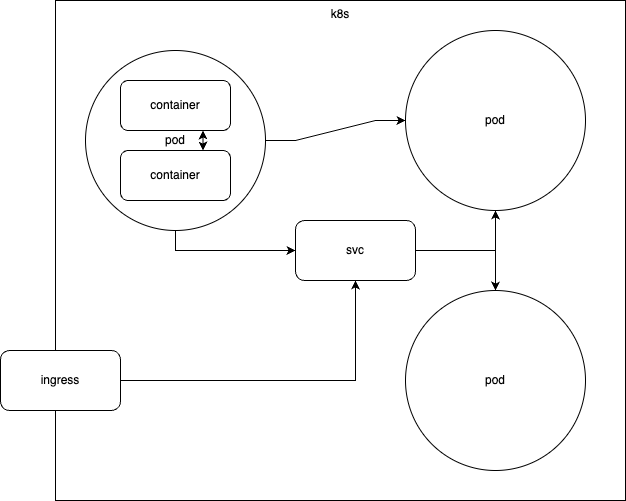
amazingandyyy/computer-networking-book keeps this draw.io diagram as .gitbook/assets/k8s-networking.drawio.png. Above is the earlier version. Source tidied: cells renumbered, new cells last; positions are measured from the earlier drawing's top-left corner, leaving out a move shared by most shapes. Source of this version:
```xml
<mxGraphModel>
  <root>
    <mxCell id="0" />
    <mxCell id="1" parent="0" />
    <mxCell id="2" style="group;" parent="1" vertex="1">
      <mxGeometry width="625" height="500" as="geometry" />
    </mxCell>
    <mxCell id="3" value="k8s" style="rounded=0;whiteSpace=wrap;html=1;horizontal=1;verticalAlign=top;" parent="2" vertex="1">
      <mxGeometry x="55" width="570" height="500" as="geometry" />
    </mxCell>
    <mxCell id="4" value="pod" style="ellipse;whiteSpace=wrap;html=1;" parent="2" vertex="1">
      <mxGeometry x="85" y="50" width="180" height="180" as="geometry" />
    </mxCell>
    <mxCell id="5" value="pod" style="ellipse;whiteSpace=wrap;html=1;" parent="2" vertex="1">
      <mxGeometry x="405" y="30" width="180" height="180" as="geometry" />
    </mxCell>
    <mxCell id="6" style="edgeStyle=entityRelationEdgeStyle;rounded=0;jettySize=auto;html=1;exitX=1;exitY=0.5;exitDx=0;exitDy=0;" parent="2" edge="1" source="4" target="5">
      <mxGeometry relative="1" as="geometry" />
    </mxCell>
    <mxCell id="7" value="container" style="rounded=1;whiteSpace=wrap;html=1;" parent="2" vertex="1">
      <mxGeometry x="120" y="80" width="110" height="50" as="geometry" />
    </mxCell>
    <mxCell id="8" value="container" style="rounded=1;whiteSpace=wrap;html=1;" parent="2" vertex="1">
      <mxGeometry x="120" y="150" width="110" height="50" as="geometry" />
    </mxCell>
    <mxCell id="9" style="edgeStyle=orthogonalEdgeStyle;rounded=0;jettySize=auto;html=1;exitX=0.75;exitY=1;exitDx=0;exitDy=0;entryX=0.75;entryY=0;entryDx=0;entryDy=0;startArrow=classic;startFill=1;" parent="2" edge="1" source="7" target="8">
      <mxGeometry relative="1" as="geometry" />
    </mxCell>
    <mxCell id="10" style="edgeStyle=orthogonalEdgeStyle;rounded=0;jettySize=auto;html=1;exitX=1;exitY=0.5;exitDx=0;exitDy=0;" parent="2" edge="1" source="11" target="5">
      <mxGeometry relative="1" as="geometry" />
    </mxCell>
    <mxCell id="11" value="svc" style="rounded=1;whiteSpace=wrap;html=1;" parent="2" vertex="1">
      <mxGeometry x="295" y="220" width="120" height="60" as="geometry" />
    </mxCell>
    <mxCell id="12" style="edgeStyle=orthogonalEdgeStyle;rounded=0;jettySize=auto;html=1;exitX=0.5;exitY=1;exitDx=0;exitDy=0;" parent="2" edge="1" source="4" target="11">
      <mxGeometry relative="1" as="geometry" />
    </mxCell>
    <mxCell id="13" value="pod" style="ellipse;whiteSpace=wrap;html=1;" parent="2" vertex="1">
      <mxGeometry x="405" y="290" width="180" height="180" as="geometry" />
    </mxCell>
    <mxCell id="14" style="edgeStyle=orthogonalEdgeStyle;rounded=0;jettySize=auto;html=1;exitX=1;exitY=0.5;exitDx=0;exitDy=0;" parent="2" edge="1" source="11" target="13">
      <mxGeometry relative="1" as="geometry" />
    </mxCell>
    <mxCell id="15" style="edgeStyle=orthogonalEdgeStyle;rounded=0;jettySize=auto;html=1;exitX=1;exitY=0.5;exitDx=0;exitDy=0;" parent="2" edge="1" source="16" target="11">
      <mxGeometry relative="1" as="geometry" />
    </mxCell>
    <mxCell id="16" value="ingress" style="rounded=1;whiteSpace=wrap;html=1;" parent="2" vertex="1">
      <mxGeometry y="350" width="120" height="60" as="geometry" />
    </mxCell>
  </root>
</mxGraphModel>
```
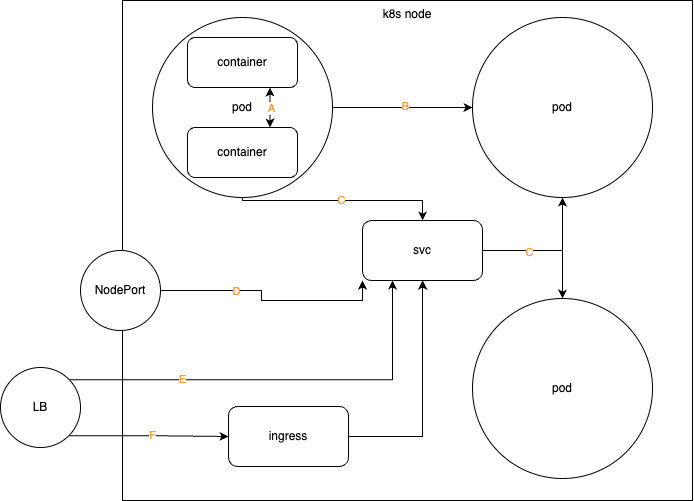
Above is the later version.

What changed in the source:
```diff
@@ -3,49 +3,89 @@
     <mxCell id="0" />
     <mxCell id="1" parent="0" />
     <mxCell id="2" style="group;" parent="1" vertex="1">
-      <mxGeometry width="625" height="500" as="geometry" />
+      <mxGeometry width="692" height="500" as="geometry" />
     </mxCell>
-    <mxCell id="3" value="k8s" style="rounded=0;whiteSpace=wrap;html=1;horizontal=1;verticalAlign=top;" parent="2" vertex="1">
-      <mxGeometry x="55" width="570" height="500" as="geometry" />
+    <mxCell id="3" value="k8s node" style="rounded=0;whiteSpace=wrap;html=1;horizontal=1;verticalAlign=top;" parent="2" vertex="1">
+      <mxGeometry x="122" width="570" height="500" as="geometry" />
     </mxCell>
     <mxCell id="4" value="pod" style="ellipse;whiteSpace=wrap;html=1;" parent="2" vertex="1">
-      <mxGeometry x="85" y="50" width="180" height="180" as="geometry" />
+      <mxGeometry x="152" y="17" width="180" height="180" as="geometry" />
     </mxCell>
     <mxCell id="5" value="pod" style="ellipse;whiteSpace=wrap;html=1;" parent="2" vertex="1">
-      <mxGeometry x="405" y="30" width="180" height="180" as="geometry" />
+      <mxGeometry x="472" y="17" width="180" height="180" as="geometry" />
     </mxCell>
     <mxCell id="6" style="edgeStyle=entityRelationEdgeStyle;rounded=0;jettySize=auto;html=1;exitX=1;exitY=0.5;exitDx=0;exitDy=0;" parent="2" edge="1" source="4" target="5">
       <mxGeometry relative="1" as="geometry" />
     </mxCell>
-    <mxCell id="7" value="container" style="rounded=1;whiteSpace=wrap;html=1;" parent="2" vertex="1">
-      <mxGeometry x="120" y="80" width="110" height="50" as="geometry" />
+    <mxCell id="7" value="&lt;font color=&quot;#ff9933&quot;&gt;B&lt;/font&gt;" style="edgeLabel;html=1;align=center;verticalAlign=middle;points=[];fontColor=#e67920;" parent="6" vertex="1">
+      <mxGeometry x="0.04" y="1" relative="1" as="geometry">
+        <mxPoint y="-1" as="offset" />
+      </mxGeometry>
     </mxCell>
     <mxCell id="8" value="container" style="rounded=1;whiteSpace=wrap;html=1;" parent="2" vertex="1">
-      <mxGeometry x="120" y="150" width="110" height="50" as="geometry" />
+      <mxGeometry x="187" y="37" width="110" height="50" as="geometry" />
     </mxCell>
-    <mxCell id="9" style="edgeStyle=orthogonalEdgeStyle;rounded=0;jettySize=auto;html=1;exitX=0.75;exitY=1;exitDx=0;exitDy=0;entryX=0.75;entryY=0;entryDx=0;entryDy=0;startArrow=classic;startFill=1;" parent="2" edge="1" source="7" target="8">
-      <mxGeometry relative="1" as="geometry" />
+    <mxCell id="9" value="container" style="rounded=1;whiteSpace=wrap;html=1;" parent="2" vertex="1">
+      <mxGeometry x="187" y="127" width="110" height="50" as="geometry" />
     </mxCell>
-    <mxCell id="10" style="edgeStyle=orthogonalEdgeStyle;rounded=0;jettySize=auto;html=1;exitX=1;exitY=0.5;exitDx=0;exitDy=0;" parent="2" edge="1" source="11" target="5">
+    <mxCell id="10" style="edgeStyle=orthogonalEdgeStyle;rounded=0;jettySize=auto;html=1;exitX=0.75;exitY=1;exitDx=0;exitDy=0;entryX=0.75;entryY=0;entryDx=0;entryDy=0;startArrow=classic;startFill=1;" parent="2" edge="1" source="8" target="9">
       <mxGeometry relative="1" as="geometry" />
     </mxCell>
-    <mxCell id="11" value="svc" style="rounded=1;whiteSpace=wrap;html=1;" parent="2" vertex="1">
-      <mxGeometry x="295" y="220" width="120" height="60" as="geometry" />
+    <mxCell id="11" value="&lt;font color=&quot;#ff9933&quot;&gt;A&lt;/font&gt;" style="edgeLabel;html=1;align=center;verticalAlign=middle;points=[];labelBorderColor=none;fontColor=#e5781f;" parent="10" vertex="1">
+      <mxGeometry x="-0.02" y="1" relative="1" as="geometry" />
     </mxCell>
-    <mxCell id="12" style="edgeStyle=orthogonalEdgeStyle;rounded=0;jettySize=auto;html=1;exitX=0.5;exitY=1;exitDx=0;exitDy=0;" parent="2" edge="1" source="4" target="11">
+    <mxCell id="12" style="edgeStyle=orthogonalEdgeStyle;rounded=0;jettySize=auto;html=1;exitX=1;exitY=0.5;exitDx=0;exitDy=0;" parent="2" edge="1" source="13" target="5">
       <mxGeometry relative="1" as="geometry" />
     </mxCell>
-    <mxCell id="13" value="pod" style="ellipse;whiteSpace=wrap;html=1;" parent="2" vertex="1">
-      <mxGeometry x="405" y="290" width="180" height="180" as="geometry" />
+    <mxCell id="13" value="svc" style="rounded=1;whiteSpace=wrap;html=1;" parent="2" vertex="1">
+      <mxGeometry x="362" y="220" width="120" height="60" as="geometry" />
     </mxCell>
-    <mxCell id="14" style="edgeStyle=orthogonalEdgeStyle;rounded=0;jettySize=auto;html=1;exitX=1;exitY=0.5;exitDx=0;exitDy=0;" parent="2" edge="1" source="11" target="13">
-      <mxGeometry relative="1" as="geometry" />
+    <mxCell id="14" value="&lt;font color=&quot;#ff9933&quot;&gt;C&lt;/font&gt;" style="edgeStyle=orthogonalEdgeStyle;rounded=0;jettySize=auto;html=1;exitX=0.5;exitY=1;exitDx=0;exitDy=0;" parent="2" edge="1" source="4" target="13">
+      <mxGeometry relative="1" as="geometry">
+        <Array as="points">
+          <mxPoint x="242" y="200" />
+          <mxPoint x="422" y="200" />
+        </Array>
+      </mxGeometry>
     </mxCell>
-    <mxCell id="15" style="edgeStyle=orthogonalEdgeStyle;rounded=0;jettySize=auto;html=1;exitX=1;exitY=0.5;exitDx=0;exitDy=0;" parent="2" edge="1" source="16" target="11">
-      <mxGeometry relative="1" as="geometry" />
+    <mxCell id="15" value="pod" style="ellipse;whiteSpace=wrap;html=1;" parent="2" vertex="1">
+      <mxGeometry x="472" y="298" width="180" height="180" as="geometry" />
     </mxCell>
-    <mxCell id="16" value="ingress" style="rounded=1;whiteSpace=wrap;html=1;" parent="2" vertex="1">
-      <mxGeometry y="350" width="120" height="60" as="geometry" />
+    <mxCell id="16" style="edgeStyle=orthogonalEdgeStyle;rounded=0;jettySize=auto;html=1;exitX=1;exitY=0.5;exitDx=0;exitDy=0;" parent="2" edge="1" source="13" target="15">
+      <mxGeometry relative="1" as="geometry" />
     </mxCell>
+    <mxCell id="17" value="&lt;font color=&quot;#ff9933&quot;&gt;C&lt;/font&gt;" style="edgeLabel;html=1;align=center;verticalAlign=middle;" parent="16" vertex="1">
+      <mxGeometry x="-0.29" y="-1" relative="1" as="geometry" />
+    </mxCell>
+    <mxCell id="18" style="edgeStyle=orthogonalEdgeStyle;rounded=0;jettySize=auto;html=1;exitX=1;exitY=0.5;exitDx=0;exitDy=0;" parent="2" edge="1" source="19" target="13">
+      <mxGeometry relative="1" as="geometry" />
+    </mxCell>
+    <mxCell id="19" value="ingress" style="rounded=1;whiteSpace=wrap;html=1;" parent="2" vertex="1">
+      <mxGeometry x="228" y="406" width="120" height="60" as="geometry" />
+    </mxCell>
+    <mxCell id="20" style="edgeStyle=orthogonalEdgeStyle;rounded=0;jettySize=auto;html=1;exitX=1;exitY=0.5;exitDx=0;exitDy=0;entryX=0;entryY=1;entryDx=0;entryDy=0;" parent="2" edge="1" source="22" target="13">
+      <mxGeometry relative="1" as="geometry" />
+    </mxCell>
+    <mxCell id="21" value="&lt;font color=&quot;#ff9933&quot;&gt;D&lt;/font&gt;" style="edgeLabel;html=1;align=center;verticalAlign=middle;" parent="20" vertex="1">
+      <mxGeometry x="-0.36" relative="1" as="geometry" />
+    </mxCell>
+    <mxCell id="22" value="NodePort" style="ellipse;whiteSpace=wrap;html=1;" parent="2" vertex="1">
+      <mxGeometry x="80" y="250" width="80" height="80" as="geometry" />
+    </mxCell>
+    <mxCell id="23" style="edgeStyle=orthogonalEdgeStyle;rounded=0;jettySize=auto;html=1;exitX=1;exitY=0;exitDx=0;exitDy=0;entryX=0.25;entryY=1;entryDx=0;entryDy=0;" parent="2" edge="1" source="27" target="13">
+      <mxGeometry relative="1" as="geometry" />
+    </mxCell>
+    <mxCell id="24" value="&lt;font color=&quot;#ff9933&quot;&gt;E&lt;/font&gt;" style="edgeLabel;html=1;align=center;verticalAlign=middle;" parent="23" vertex="1">
+      <mxGeometry x="-0.47" y="1" relative="1" as="geometry" />
+    </mxCell>
+    <mxCell id="25" style="edgeStyle=orthogonalEdgeStyle;rounded=0;jettySize=auto;html=1;exitX=1;exitY=1;exitDx=0;exitDy=0;" parent="2" edge="1" source="27" target="19">
+      <mxGeometry relative="1" as="geometry" />
+    </mxCell>
+    <mxCell id="26" value="&lt;font color=&quot;#ff9933&quot;&gt;F&lt;/font&gt;" style="edgeLabel;html=1;align=center;verticalAlign=middle;" parent="25" vertex="1">
+      <mxGeometry x="0.03" y="1" relative="1" as="geometry" />
+    </mxCell>
+    <mxCell id="27" value="LB" style="ellipse;whiteSpace=wrap;html=1;" parent="2" vertex="1">
+      <mxGeometry y="367" width="80" height="80" as="geometry" />
+    </mxCell>
   </root>
 </mxGraphModel>
```
